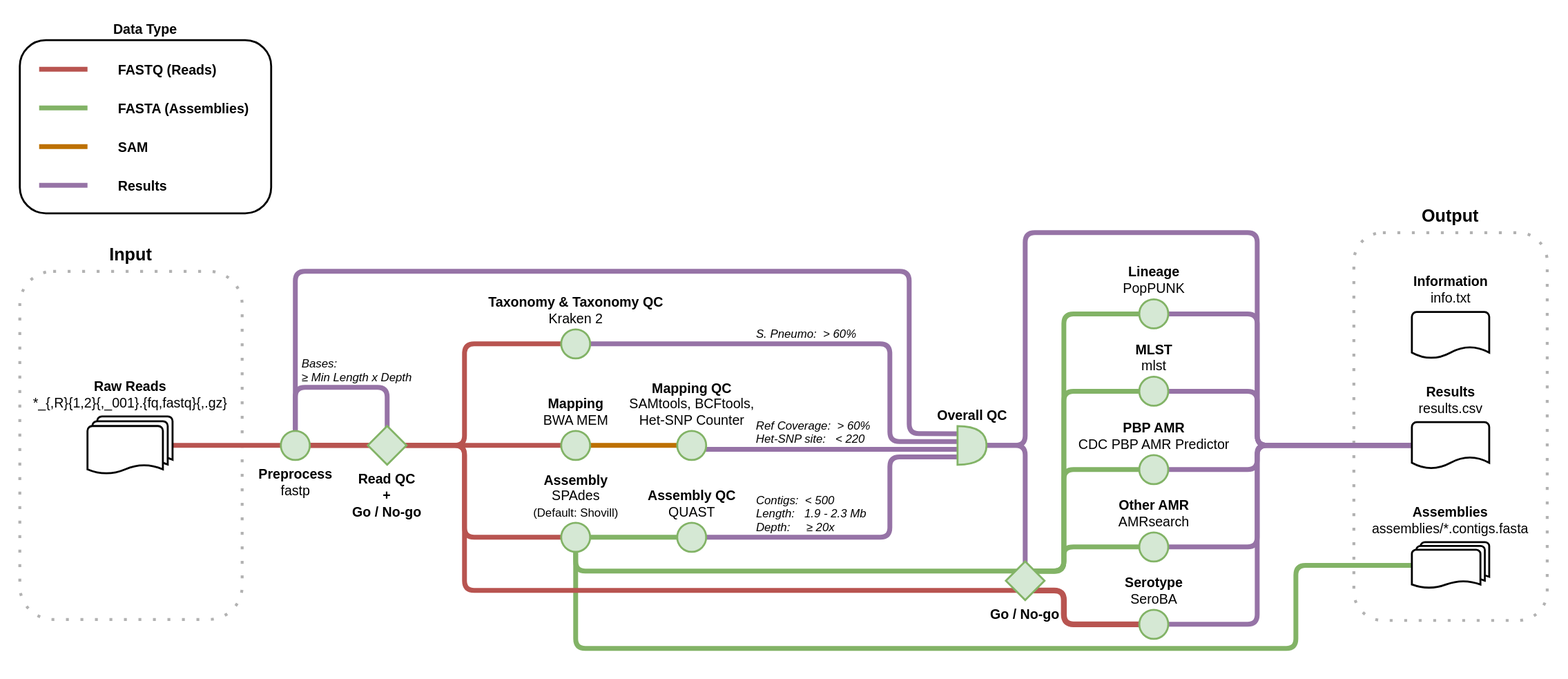
Above: doc/workflow.drawio.svg in sanger-bentley-group/gps-pipeline (draw.io), before the change. Source tidied: cells renumbered, new cells last; positions are measured from the earlier drawing's top-left corner, leaving out a move shared by most shapes.
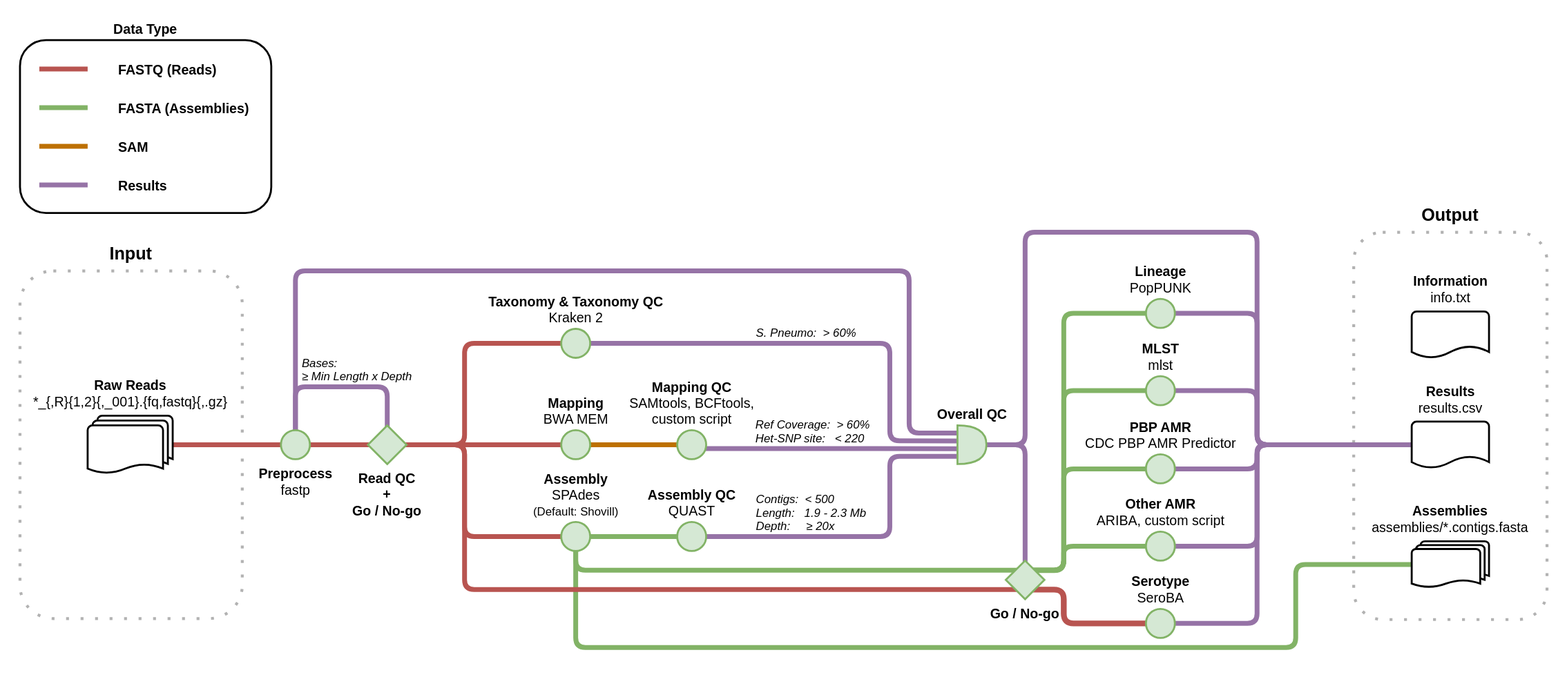
The same file after the commit.

Commit message:
Update to reflect change from AMRsearch to ARIBA

Change to the diagram source:
```diff
@@ -188,7 +188,7 @@
     <mxCell id="36" value="&lt;b style=&quot;border-color: var(--border-color);&quot;&gt;Assembly QC&lt;/b&gt;&lt;br style=&quot;font-size: 14px;&quot;&gt;QUAST" style="ellipse;html=1;strokeWidth=2;labelPosition=center;verticalLabelPosition=top;align=center;verticalAlign=bottom;fillColor=#d5e8d4;strokeColor=#82b366;rounded=1;fontSize=14;" parent="1" vertex="1">
       <mxGeometry x="700" y="540" width="30" height="30" as="geometry" />
     </mxCell>
-    <mxCell id="37" value="&lt;b style=&quot;border-color: var(--border-color);&quot;&gt;Mapping QC&lt;/b&gt;&lt;b style=&quot;font-size: 14px&quot;&gt;&lt;br style=&quot;font-size: 14px&quot;&gt;&lt;/b&gt;SAMtools, BCFtools,&lt;br&gt;Het-SNP Counter" style="ellipse;html=1;strokeWidth=2;labelPosition=center;verticalLabelPosition=top;align=center;verticalAlign=bottom;fillColor=#d5e8d4;strokeColor=#82b366;rounded=1;fontSize=14;" parent="1" vertex="1">
+    <mxCell id="37" value="&lt;b style=&quot;border-color: var(--border-color);&quot;&gt;Mapping QC&lt;/b&gt;&lt;b style=&quot;font-size: 14px&quot;&gt;&lt;br style=&quot;font-size: 14px&quot;&gt;&lt;/b&gt;SAMtools, BCFtools,&lt;br&gt;custom script" style="ellipse;html=1;strokeWidth=2;labelPosition=center;verticalLabelPosition=top;align=center;verticalAlign=bottom;fillColor=#d5e8d4;strokeColor=#82b366;rounded=1;fontSize=14;" parent="1" vertex="1">
       <mxGeometry x="700" y="445" width="30" height="30" as="geometry" />
     </mxCell>
     <mxCell id="38" style="edgeStyle=orthogonalEdgeStyle;html=1;entryX=0.5;entryY=0.5;entryDx=0;entryDy=0;entryPerimeter=0;exitX=0.5;exitY=0.5;exitDx=0;exitDy=0;strokeWidth=5;fillColor=#e1d5e7;strokeColor=#9673a6;endArrow=none;endFill=0;exitPerimeter=0;rounded=1;" parent="1" edge="1" source="40" target="57">
@@ -228,7 +228,7 @@
       </mxGeometry>
     </mxCell>
     <mxCell id="43" value="&lt;b style=&quot;font-size: 14px&quot;&gt;PBP AMR&lt;/b&gt;&lt;br style=&quot;font-size: 14px&quot;&gt;CDC PBP AMR Predictor" style="ellipse;html=1;strokeWidth=2;labelPosition=center;verticalLabelPosition=top;align=center;verticalAlign=bottom;fillColor=#d5e8d4;strokeColor=#82b366;rounded=1;fontSize=14;" parent="1" vertex="1">
-      <mxGeometry x="1178" y="470" width="30" height="30" as="geometry" />
+      <mxGeometry x="1185" y="470" width="30" height="30" as="geometry" />
     </mxCell>
     <mxCell id="44" style="edgeStyle=orthogonalEdgeStyle;rounded=1;jettySize=auto;html=1;entryX=0;entryY=0.5;entryDx=0;entryDy=0;entryPerimeter=0;fillColor=#e1d5e7;strokeColor=#9673a6;strokeWidth=5;endArrow=none;endFill=0;" parent="1" edge="1" source="45" target="61">
       <mxGeometry relative="1" as="geometry">
@@ -239,7 +239,7 @@
       </mxGeometry>
     </mxCell>
     <mxCell id="45" value="&lt;b style=&quot;font-size: 14px&quot;&gt;MLST&lt;/b&gt;&lt;br style=&quot;font-size: 14px&quot;&gt;mlst" style="ellipse;html=1;strokeWidth=2;labelPosition=center;verticalLabelPosition=top;align=center;verticalAlign=bottom;fillColor=#d5e8d4;strokeColor=#82b366;rounded=1;fontSize=14;" parent="1" vertex="1">
-      <mxGeometry x="1178" y="389" width="30" height="30" as="geometry" />
+      <mxGeometry x="1185" y="389" width="30" height="30" as="geometry" />
     </mxCell>
     <mxCell id="46" style="edgeStyle=orthogonalEdgeStyle;rounded=1;jettySize=auto;html=1;entryX=0;entryY=0.5;entryDx=0;entryDy=0;entryPerimeter=0;fillColor=#e1d5e7;strokeColor=#9673a6;strokeWidth=5;endArrow=none;endFill=0;" parent="1" edge="1" source="48" target="61">
       <mxGeometry relative="1" as="geometry">
@@ -270,7 +270,7 @@
       </mxGeometry>
     </mxCell>
     <mxCell id="50" value="&lt;b style=&quot;font-size: 14px&quot;&gt;Lineage&lt;/b&gt;&lt;br style=&quot;font-size: 14px&quot;&gt;PopPUNK" style="ellipse;html=1;strokeWidth=2;labelPosition=center;verticalLabelPosition=top;align=center;verticalAlign=bottom;fillColor=#d5e8d4;strokeColor=#82b366;rounded=1;fontSize=14;" parent="1" vertex="1">
-      <mxGeometry x="1178" y="309" width="30" height="30" as="geometry" />
+      <mxGeometry x="1185" y="309" width="30" height="30" as="geometry" />
     </mxCell>
     <mxCell id="51" style="edgeStyle=orthogonalEdgeStyle;rounded=1;jettySize=auto;html=1;entryX=0;entryY=0.5;entryDx=0;entryDy=0;entryPerimeter=0;fillColor=#e1d5e7;strokeColor=#9673a6;strokeWidth=5;endArrow=none;endFill=0;" parent="1" edge="1" source="52" target="61">
       <mxGeometry relative="1" as="geometry">
@@ -281,7 +281,7 @@
       </mxGeometry>
     </mxCell>
     <mxCell id="52" value="&lt;b style=&quot;font-size: 14px;&quot;&gt;Serotype&lt;/b&gt;&lt;br style=&quot;font-size: 14px;&quot;&gt;SeroBA" style="ellipse;html=1;strokeWidth=2;labelPosition=center;verticalLabelPosition=top;align=center;verticalAlign=bottom;fillColor=#d5e8d4;strokeColor=#82b366;rounded=1;fontSize=14;" parent="1" vertex="1">
-      <mxGeometry x="1178" y="630" width="30" height="30" as="geometry" />
+      <mxGeometry x="1185" y="630" width="30" height="30" as="geometry" />
     </mxCell>
     <mxCell id="53" style="edgeStyle=orthogonalEdgeStyle;rounded=1;jettySize=auto;html=1;entryX=0;entryY=0.5;entryDx=0;entryDy=0;entryPerimeter=0;fillColor=#e1d5e7;strokeColor=#9673a6;strokeWidth=5;endArrow=none;endFill=0;" parent="1" edge="1" source="54" target="61">
       <mxGeometry relative="1" as="geometry">
@@ -291,8 +291,8 @@
         </Array>
       </mxGeometry>
     </mxCell>
-    <mxCell id="54" value="&lt;b&gt;Other AMR&lt;/b&gt;&lt;br&gt;AMRsearch" style="ellipse;html=1;strokeWidth=2;labelPosition=center;verticalLabelPosition=top;align=center;verticalAlign=bottom;fillColor=#d5e8d4;strokeColor=#82b366;rounded=1;fontSize=14;" parent="1" vertex="1">
-      <mxGeometry x="1178" y="550" width="30" height="30" as="geometry" />
+    <mxCell id="54" value="&lt;b&gt;Other AMR&lt;/b&gt;&lt;br&gt;ARIBA, custom script" style="ellipse;html=1;strokeWidth=2;labelPosition=center;verticalLabelPosition=top;align=center;verticalAlign=bottom;fillColor=#d5e8d4;strokeColor=#82b366;rounded=1;fontSize=14;" parent="1" vertex="1">
+      <mxGeometry x="1185" y="550" width="30" height="30" as="geometry" />
     </mxCell>
     <mxCell id="55" value="&lt;b style=&quot;font-size: 14px&quot;&gt;Information&lt;/b&gt;&lt;br style=&quot;font-size: 14px&quot;&gt;info.txt" style="strokeWidth=2;html=1;shape=mxgraph.flowchart.document2;size=0.25;labelPosition=center;verticalLabelPosition=top;align=center;verticalAlign=bottom;rounded=1;spacing=5;fontSize=14;" parent="1" vertex="1">
       <mxGeometry x="1460" y="322" width="80" height="48" as="geometry" />
```
